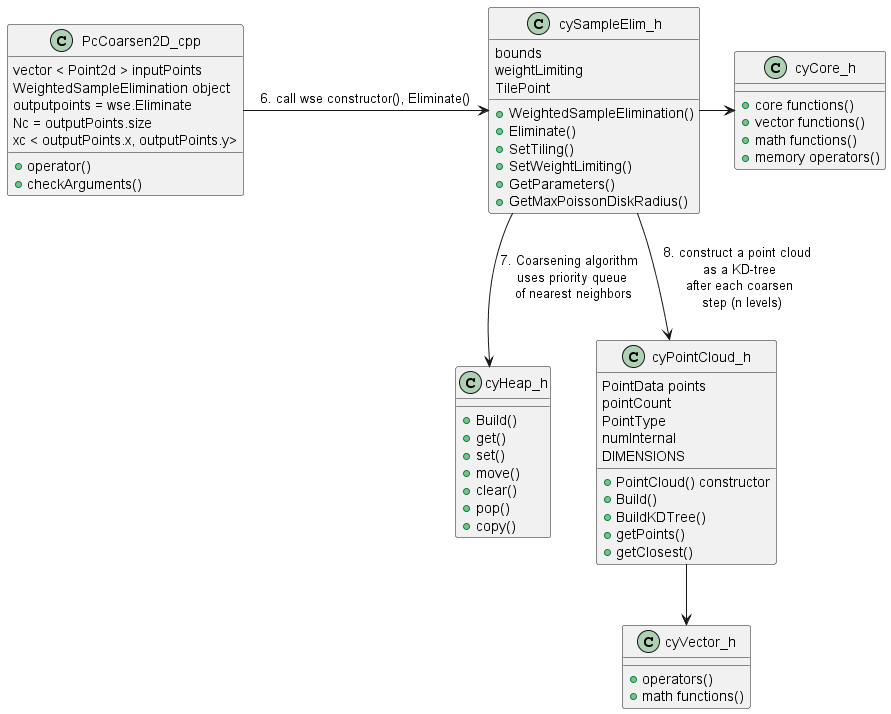
This is docs/CoarsenDiagram.png from cs481-ekh/s24-meshers, a PlantUML export, as it was before one commit.
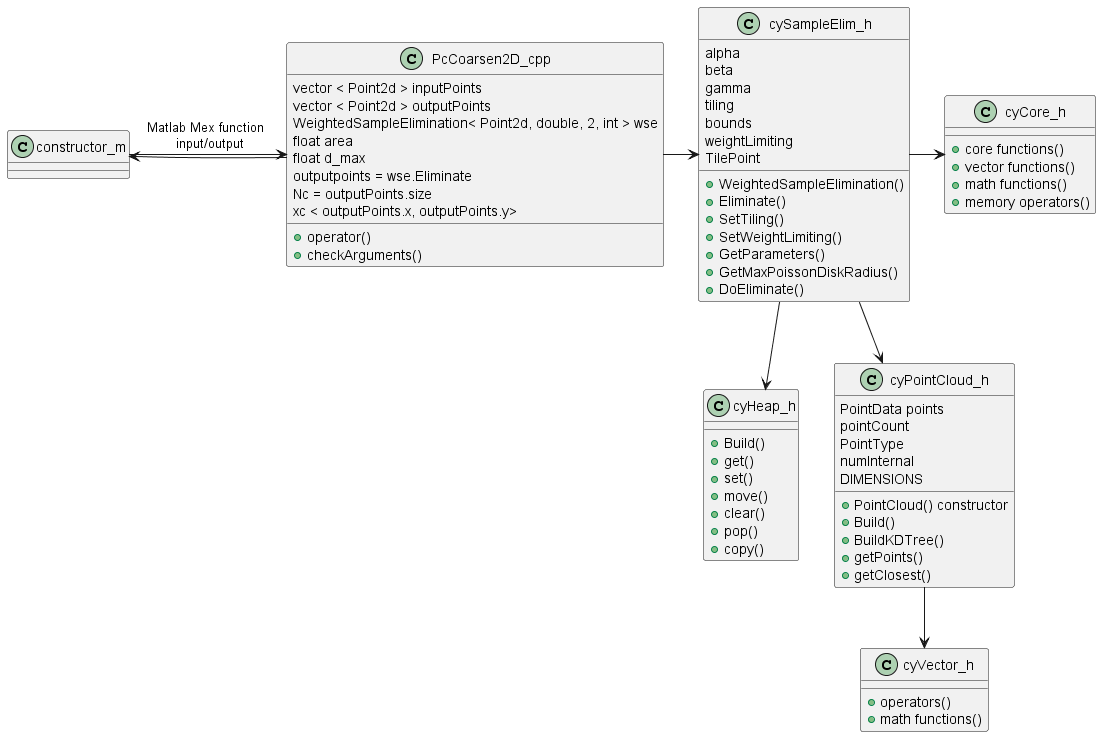
Later version of the same file.

Commit message:
updated coarsen uml

What changed in the source:
```diff
@@ -1,10 +1,15 @@
 @startuml
 
+class constructor_m {
 
+}
 
 class PcCoarsen2D_cpp {
 	vector < Point2d > inputPoints
-	WeightedSampleElimination object
+	vector < Point2d > outputPoints
+	WeightedSampleElimination< Point2d, double, 2, int > wse
+	float area
+	float d_max
 	outputpoints = wse.Eliminate
 	Nc = outputPoints.size
 	xc < outputPoints.x, outputPoints.y>
@@ -45,6 +50,10 @@
 }
 
 class cySampleElim_h {
+	alpha
+	beta
+	gamma
+	tiling
 	bounds
 	weightLimiting
 	TilePoint
@@ -54,6 +63,7 @@
 	+SetWeightLimiting()
 	+GetParameters()
 	+GetMaxPoissonDiskRadius()
+	+DoEliminate()
 
 }
 
@@ -66,11 +76,12 @@
 
 
 
-
-PcCoarsen2D_cpp -r-> cySampleElim_h : 6. call wse constructor(), Eliminate()
+constructor_m -r-> PcCoarsen2D_cpp : Matlab Mex function \n input/output
+PcCoarsen2D_cpp -d-> constructor_m
+PcCoarsen2D_cpp -r-> cySampleElim_h
 cySampleElim_h -r-> cyCore_h
-cySampleElim_h -d-> cyHeap_h : 7. Coarsening algorithm \n uses priority queue \n of nearest neighbors
-cySampleElim_h --> cyPointCloud_h : 8. construct a point cloud \n as a KD-tree \n after each coarsen \n step (n levels)
+cySampleElim_h -d-> cyHeap_h
+cySampleElim_h -d-> cyPointCloud_h
 cyPointCloud_h --> cyVector_h
 
 
```
